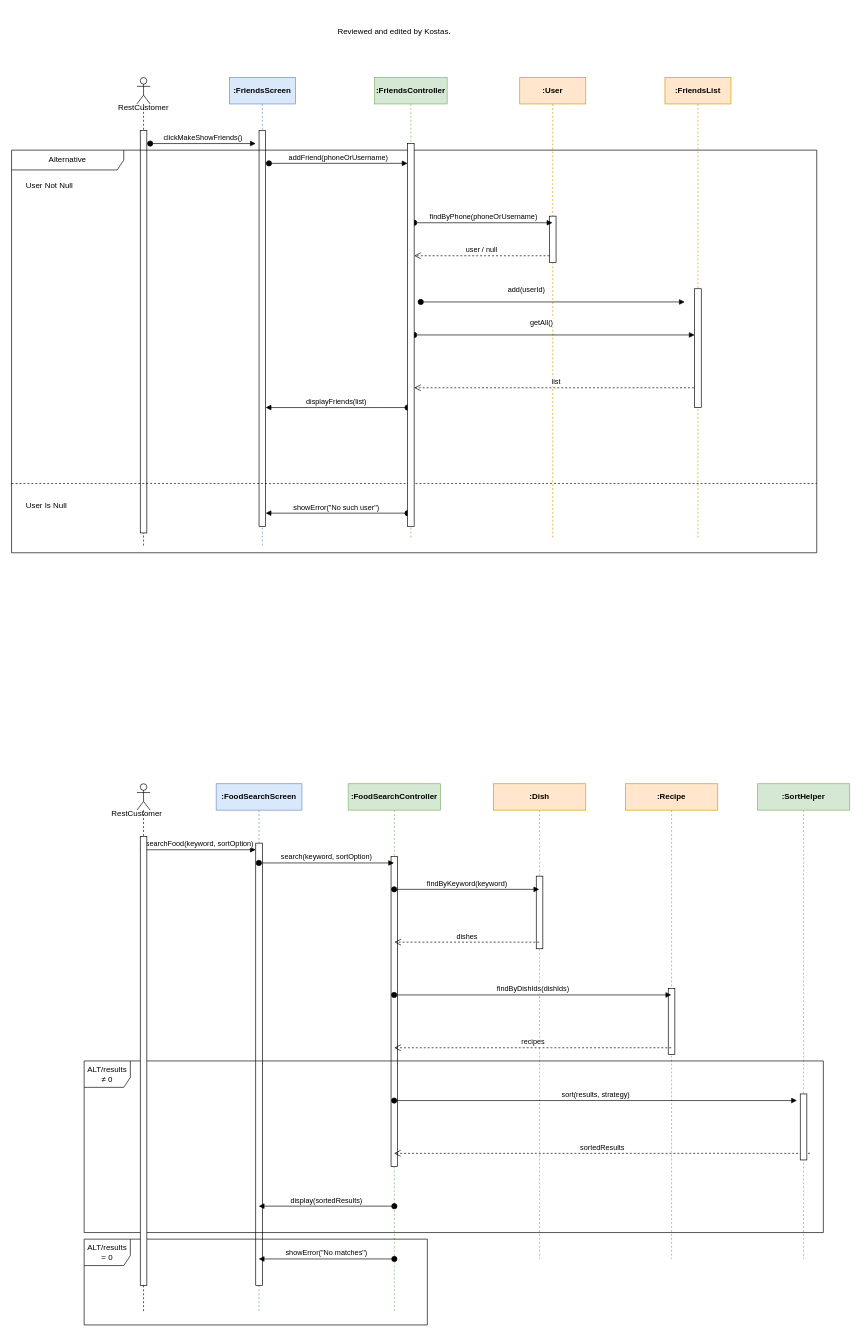
Above: Delivarable3/SequenceDiagram/Sequence_diagram_xristos.drawio in TMCEID/SoftEngFishApp (draw.io), before the change. Source tidied: cells renumbered, new cells numbered last; positions are measured from the earlier drawing's top-left corner, leaving out a move shared by most shapes. Both pictures are drawn from the tidied source at 66%, with x=0, y=0 at pixel (11, 11).
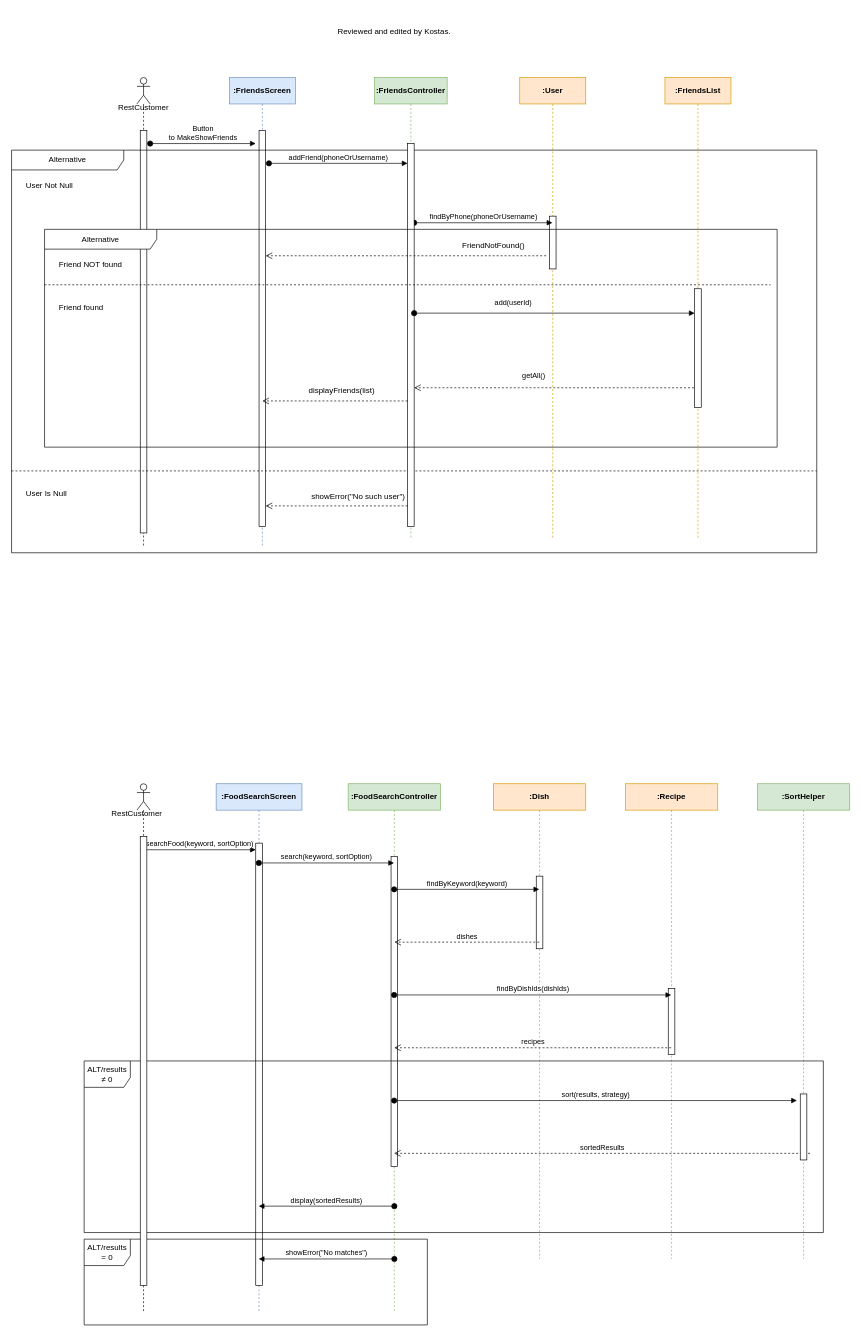
The same diagram, later.

Commit message:
Kostas: Make friends Done

The change refers to these unchanged cells:
```xml
<mxCell id="3" style="html=1;points=[[0,0,0,0,5],[0,1,0,0,-5],[1,0,0,0,5],[1,1,0,0,-5]];perimeter=orthogonalPerimeter;outlineConnect=0;targetShapes=umlLifeline;portConstraint=eastwest;newEdgeStyle={&quot;curved&quot;:0,&quot;rounded&quot;:0};" parent="2" vertex="1">
  <mxGeometry x="45" y="80" width="10" height="600" as="geometry" />
</mxCell>
<mxCell id="5" value="&lt;strong&gt;:FriendsList&lt;/strong&gt;" style="shape=umlLifeline;perimeter=lifelinePerimeter;whiteSpace=wrap;html=1;outlineConnect=0;portConstraint=eastwest;newEdgeStyle={&quot;curved&quot;:0,&quot;rounded&quot;:0};fillColor=#ffe6cc;strokeColor=#d79b00;" parent="1" vertex="1">
  <mxGeometry x="990" y="100" width="100" height="700" as="geometry" />
</mxCell>
<mxCell id="6" value="&lt;strong&gt;:User&lt;/strong&gt;" style="shape=umlLifeline;perimeter=lifelinePerimeter;whiteSpace=wrap;html=1;newEdgeStyle={&quot;curved&quot;:0,&quot;rounded&quot;:0};fillColor=#ffe6cc;strokeColor=#d79b00;" parent="1" vertex="1">
  <mxGeometry x="770" y="100" width="100" height="700" as="geometry" />
</mxCell>
<mxCell id="42" style="html=1;points=[[0,0,0,0,5],[0,1,0,0,-5],[1,0,0,0,5],[1,1,0,0,-5]];perimeter=orthogonalPerimeter;outlineConnect=0;targetShapes=umlLifeline;portConstraint=eastwest;newEdgeStyle={&quot;curved&quot;:0,&quot;rounded&quot;:0};" parent="1" vertex="1">
  <mxGeometry x="1035" y="420" width="10" height="180" as="geometry" />
</mxCell>
<mxCell id="45" value="Alternative" style="shape=umlFrame;whiteSpace=wrap;html=1;width=170;" parent="1" vertex="1">
  <mxGeometry y="210" width="1220" height="610" as="geometry" />
</mxCell>
<mxCell id="48" style="html=1;points=[[0,0,0,0,5],[0,1,0,0,-5],[1,0,0,0,5],[1,1,0,0,-5]];perimeter=orthogonalPerimeter;outlineConnect=0;targetShapes=umlLifeline;portConstraint=eastwest;newEdgeStyle={&quot;curved&quot;:0,&quot;rounded&quot;:0};" parent="45" vertex="1">
  <mxGeometry x="600" y="-10" width="10" height="580" as="geometry" />
</mxCell>
```

Change to the diagram source:
```diff
@@
     <mxCell id="7" style="html=1;perimeter=orthogonalPerimeter;targetShapes=umlLifeline;newEdgeStyle={&quot;curved&quot;:0,&quot;rounded&quot;:0};" parent="6" vertex="1">
-      <mxGeometry x="45" y="210" width="10" height="70" as="geometry" />
+      <mxGeometry x="45" y="210" width="10" height="80" as="geometry" />
     </mxCell>
-    <mxCell id="8" value="clickMakeShowFriends()" style="html=1;verticalAlign=bottom;startArrow=oval;startFill=1;endArrow=block;startSize=8;curved=0;rounded=0;" parent="1" edge="1">
+    <mxCell id="8" value="Button&lt;br&gt;to MakeShowFriends" style="html=1;verticalAlign=bottom;startArrow=oval;startFill=1;endArrow=block;startSize=8;curved=0;rounded=0;" parent="1" edge="1">
       <mxGeometry relative="1" as="geometry">
         <mxPoint x="210" y="200" as="sourcePoint" />
         <mxPoint x="370" y="200" as="targetPoint" />
       </mxGeometry>
     </mxCell>
@@
-    <mxCell id="11" value="add(userId)" style="html=1;verticalAlign=bottom;startArrow=oval;startFill=1;endArrow=block;startSize=8;curved=0;rounded=0;" parent="1" edge="1" source="42" target="5">
-      <mxGeometry y="272" relative="1" as="geometry">
-        <mxPoint x="-260" y="-80" as="offset" />
+    <mxCell id="11" value="add(userId)" style="html=1;verticalAlign=bottom;startArrow=oval;startFill=1;endArrow=block;startSize=8;curved=0;rounded=0;" parent="1" edge="1">
+      <mxGeometry y="288" relative="1" as="geometry">
+        <mxPoint x="1039.4" y="518" as="sourcePoint" />
+        <mxPoint x="1039.4" y="518" as="targetPoint" />
+        <mxPoint x="-279" y="-68" as="offset" />
       </mxGeometry>
     </mxCell>
-    <mxCell id="12" value="getAll()" style="html=1;verticalAlign=bottom;startArrow=oval;startFill=1;endArrow=block;startSize=8;curved=0;rounded=0;" parent="1" edge="1" source="48" target="42">
-      <mxGeometry x="-0.09" y="10" relative="1" as="geometry" />
-    </mxCell>
-    <mxCell id="13" value="displayFriends(list)" style="html=1;verticalAlign=bottom;startArrow=oval;startFill=1;endArrow=block;startSize=8;curved=0;rounded=0;" parent="1" edge="1" source="48" target="3">
-      <mxGeometry relative="1" as="geometry">
-        <Array as="points">
-          <mxPoint x="560" y="600" />
-        </Array>
-      </mxGeometry>
-    </mxCell>
-    <mxCell id="14" value="list" style="html=1;verticalAlign=bottom;endArrow=open;dashed=1;endSize=8;curved=0;rounded=0;" parent="1" edge="1" target="48">
-      <mxGeometry relative="1" as="geometry">
+    <mxCell id="14" value="getAll()" style="html=1;verticalAlign=bottom;endArrow=open;dashed=1;endSize=8;curved=0;rounded=0;" parent="1" edge="1" target="48">
+      <mxGeometry x="0.16" y="-10" relative="1" as="geometry">
         <mxPoint x="1039.9" y="570" as="sourcePoint" />
+        <Array as="points">
+          <mxPoint x="800" y="570" />
+        </Array>
       </mxGeometry>
     </mxCell>
-    <mxCell id="15" value="showError(&quot;No such user&quot;)" style="html=1;verticalAlign=bottom;startArrow=oval;startFill=1;endArrow=block;startSize=8;curved=0;rounded=0;" parent="1" edge="1" source="48" target="3">
-      <mxGeometry relative="1" as="geometry">
-        <Array as="points">
-          <mxPoint x="560.4" y="760" />
-        </Array>
-      </mxGeometry>
-    </mxCell>
@@
     <mxCell id="47" value="User Is Null" style="line;strokeWidth=1;dashed=1;labelPosition=center;verticalLabelPosition=bottom;align=left;verticalAlign=top;spacingLeft=20;spacingTop=15;html=1;whiteSpace=wrap;" parent="45" vertex="1">
-      <mxGeometry y="500" width="1220" height="10" as="geometry" />
+      <mxGeometry y="481" width="1220" height="10" as="geometry" />
     </mxCell>
@@
+    <mxCell id="52" value="Alternative" style="shape=umlFrame;whiteSpace=wrap;html=1;width=170;" parent="45" vertex="1">
+      <mxGeometry x="50" y="120" width="1110" height="330" as="geometry" />
+    </mxCell>
+    <mxCell id="53" value="Friend NOT found" style="text;html=1;" parent="52" vertex="1">
+      <mxGeometry width="100" height="20" relative="1" as="geometry">
+        <mxPoint x="20" y="40" as="offset" />
+      </mxGeometry>
+    </mxCell>
+    <mxCell id="54" value="Friend found" style="line;strokeWidth=1;dashed=1;labelPosition=center;verticalLabelPosition=bottom;align=left;verticalAlign=top;spacingLeft=20;spacingTop=15;html=1;whiteSpace=wrap;" parent="52" vertex="1">
+      <mxGeometry y="79" width="1100" height="10" as="geometry" />
+    </mxCell>
+    <mxCell id="55" value="FriendNotFound()" style="text;html=1;align=center;verticalAlign=middle;strokeColor=none;fillColor=none;" parent="52" vertex="1">
+      <mxGeometry x="620" y="10" width="120" height="30" as="geometry" />
+    </mxCell>
+    <mxCell id="56" style="html=1;verticalAlign=bottom;endArrow=open;dashed=1;endSize=8;curved=0;rounded=0;" parent="52" edge="1" target="3">
+      <mxGeometry relative="1" as="geometry">
+        <mxPoint x="760" y="40" as="sourcePoint" />
+      </mxGeometry>
+    </mxCell>
+    <mxCell id="57" style="html=1;verticalAlign=bottom;endArrow=open;dashed=1;endSize=8;curved=0;rounded=0;" parent="52" edge="1" source="48">
+      <mxGeometry relative="1" as="geometry">
+        <mxPoint x="330" y="260" as="targetPoint" />
+      </mxGeometry>
+    </mxCell>
+    <mxCell id="13" value="displayFriends(list)" style="text;html=1;align=center;verticalAlign=middle;strokeColor=none;fillColor=none;" parent="52" vertex="1">
+      <mxGeometry x="390" y="230" width="120" height="30" as="geometry" />
+    </mxCell>
+    <mxCell id="58" style="html=1;verticalAlign=bottom;endArrow=open;dashed=1;endSize=8;curved=0;rounded=0;" parent="45" edge="1" target="3">
+      <mxGeometry relative="1" as="geometry">
+        <mxPoint x="600" y="539" as="sourcePoint" />
+      </mxGeometry>
+    </mxCell>
+    <mxCell id="15" value="showError(&quot;No such user&quot;)" style="text;html=1;align=center;verticalAlign=middle;strokeColor=none;fillColor=none;" parent="45" vertex="1">
+      <mxGeometry x="440" y="510" width="170" height="30" as="geometry" />
+    </mxCell>
+    <mxCell id="51" value="Reviewed and edited by Kostas." style="text;html=1;align=center;verticalAlign=middle;whiteSpace=wrap;rounded=0;" parent="1" vertex="1">
+      <mxGeometry x="370" width="420" height="60" as="geometry" />
+    </mxCell>
-    <mxCell id="49" style="html=1;verticalAlign=bottom;startArrow=oval;startFill=1;endArrow=block;startSize=8;curved=0;rounded=0;" parent="45" edge="1">
-      <mxGeometry relative="1" as="geometry">
-        <mxPoint x="620" y="230" as="sourcePoint" />
-        <mxPoint x="1020" y="230" as="targetPoint" />
-      </mxGeometry>
+    <mxCell id="49" style="html=1;verticalAlign=bottom;startArrow=oval;startFill=1;endArrow=block;startSize=8;curved=0;rounded=0;exitX=1;exitY=0.443;exitDx=0;exitDy=0;exitPerimeter=0;" parent="1" edge="1" source="48" target="42">
+      <mxGeometry relative="1" as="geometry" />
     </mxCell>
-    <mxCell id="50" value="user / null" style="html=1;verticalAlign=bottom;endArrow=open;dashed=1;endSize=8;curved=0;rounded=0;" parent="45" edge="1">
-      <mxGeometry relative="1" as="geometry">
-        <mxPoint x="815" y="160" as="sourcePoint" />
-        <mxPoint x="610" y="160" as="targetPoint" />
-      </mxGeometry>
-    </mxCell>
-    <mxCell id="51" value="Reviewed and edited by Kostas." style="text;html=1;align=center;verticalAlign=middle;whiteSpace=wrap;rounded=0;" parent="1" vertex="1">
-      <mxGeometry x="370" width="420" height="60" as="geometry" />
-    </mxCell>
```
